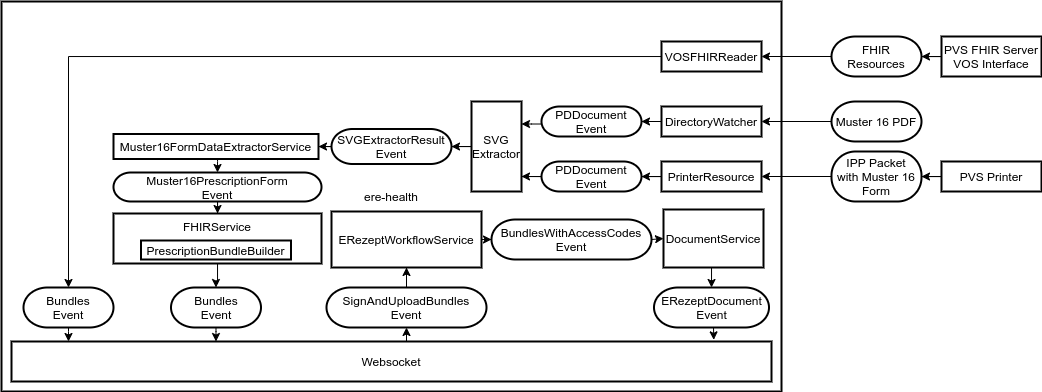
ere-health/architecture keeps this draw.io diagram as img/internal-structure.png. Above is the earlier version. Source tidied: cells renumbered, new cells last; positions are measured from the earlier drawing's top-left corner, leaving out a move shared by most shapes.
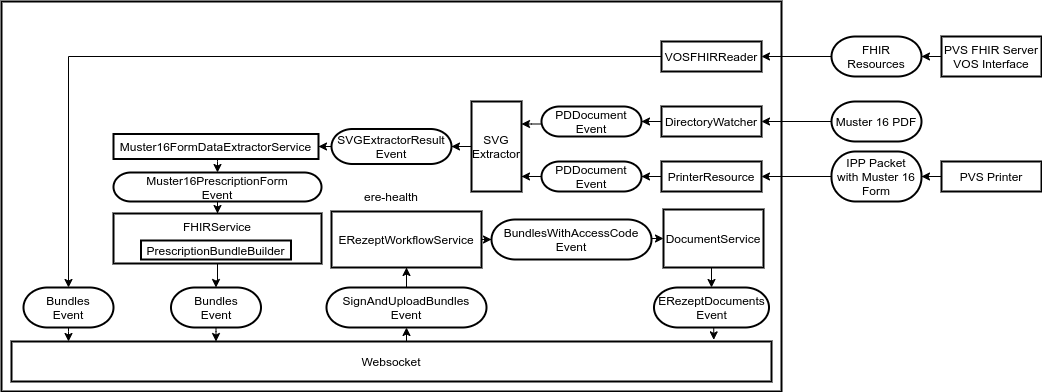
After the commit.

Commit message:
Synced architecture with code

Change to the diagram source:
```diff
@@ -155,7 +155,7 @@
         </Array>
       </mxGeometry>
     </mxCell>
-    <mxCell id="42" value="BundlesWithAccessCodes&lt;br&gt;Event" style="rounded=1;whiteSpace=wrap;html=1;arcSize=60;strokeWidth=2;" parent="1" vertex="1">
+    <mxCell id="42" value="BundlesWithAccessCode&lt;br&gt;Event" style="rounded=1;whiteSpace=wrap;html=1;arcSize=60;strokeWidth=2;" parent="1" vertex="1">
       <mxGeometry x="490" y="218" width="160" height="40" as="geometry" />
     </mxCell>
     <mxCell id="43" style="edgeStyle=orthogonalEdgeStyle;rounded=0;jettySize=auto;html=1;entryX=0.924;entryY=-0.041;entryDx=0;entryDy=0;entryPerimeter=0;" parent="1" edge="1" source="44" target="4">
@@ -166,7 +166,7 @@
         </Array>
       </mxGeometry>
     </mxCell>
-    <mxCell id="44" value="ERezeptDocument&lt;br&gt;Event" style="rounded=1;whiteSpace=wrap;html=1;arcSize=60;strokeWidth=2;" parent="1" vertex="1">
+    <mxCell id="44" value="ERezeptDocuments&lt;br&gt;Event" style="rounded=1;whiteSpace=wrap;html=1;arcSize=60;strokeWidth=2;" parent="1" vertex="1">
       <mxGeometry x="652.5" y="286" width="115" height="40" as="geometry" />
     </mxCell>
     <mxCell id="45" style="edgeStyle=orthogonalEdgeStyle;rounded=0;jettySize=auto;html=1;" parent="1" edge="1" source="46" target="48">
```
